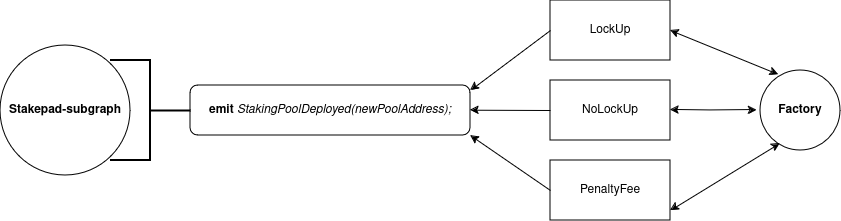
The draw.io diagram docs/imgs/arch_factory.png in soramitsu/stakepad-subgraphs, before a commit. Source tidied: cells renumbered, new cells last; positions are measured from the earlier drawing's top-left corner, leaving out a move shared by most shapes. The source it was exported from:
```xml
<mxGraphModel>
  <root>
    <mxCell id="0" />
    <mxCell id="1" parent="0" />
    <mxCell id="2" value="&lt;b&gt;Factory&lt;/b&gt;" style="ellipse;whiteSpace=wrap;html=1;" parent="1" vertex="1">
      <mxGeometry x="760" y="70" width="80" height="80" as="geometry" />
    </mxCell>
    <mxCell id="3" value="LockUp" style="rounded=0;whiteSpace=wrap;html=1;" parent="1" vertex="1">
      <mxGeometry x="550" width="120" height="60" as="geometry" />
    </mxCell>
    <mxCell id="4" value="PenaltyFee" style="rounded=0;whiteSpace=wrap;html=1;" parent="1" vertex="1">
      <mxGeometry x="550" y="160" width="120" height="60" as="geometry" />
    </mxCell>
    <mxCell id="5" value="NoLockUp" style="rounded=0;whiteSpace=wrap;html=1;" parent="1" vertex="1">
      <mxGeometry x="550" y="80" width="120" height="60" as="geometry" />
    </mxCell>
    <mxCell id="6" style="endArrow=classic;startArrow=classic;html=1;rounded=0;exitX=0.225;exitY=0.05;exitDx=0;exitDy=0;exitPerimeter=0;" parent="1" edge="1" source="2">
      <mxGeometry relative="1" as="geometry">
        <mxPoint x="670" y="30" as="targetPoint" />
      </mxGeometry>
    </mxCell>
    <mxCell id="7" style="endArrow=classic;startArrow=classic;html=1;rounded=0;entryX=-0.045;entryY=0.495;entryDx=0;entryDy=0;entryPerimeter=0;" parent="1" edge="1" target="2">
      <mxGeometry relative="1" as="geometry">
        <mxPoint x="670" y="109.5" as="sourcePoint" />
        <Array as="points">
          <mxPoint x="710" y="110" />
        </Array>
      </mxGeometry>
    </mxCell>
    <mxCell id="8" style="endArrow=classic;startArrow=classic;html=1;rounded=0;entryX=0.245;entryY=0.91;entryDx=0;entryDy=0;entryPerimeter=0;" parent="1" edge="1" target="2">
      <mxGeometry relative="1" as="geometry">
        <mxPoint x="670" y="210" as="sourcePoint" />
      </mxGeometry>
    </mxCell>
    <mxCell id="9" value="&lt;b&gt;emit&lt;/b&gt; &lt;i&gt;StakingPoolDeployed(newPoolAddress);&lt;/i&gt;" style="rounded=1;whiteSpace=wrap;html=1;" parent="1" vertex="1">
      <mxGeometry x="190" y="85" width="280" height="50" as="geometry" />
    </mxCell>
    <mxCell id="10" style="endArrow=classic;html=1;rounded=0;exitX=0;exitY=0.5;exitDx=0;exitDy=0;" parent="1" edge="1" source="3">
      <mxGeometry relative="1" as="geometry">
        <mxPoint x="470" y="90" as="targetPoint" />
      </mxGeometry>
    </mxCell>
    <mxCell id="11" style="endArrow=classic;html=1;rounded=0;exitX=0;exitY=0.5;exitDx=0;exitDy=0;" parent="1" edge="1" source="5">
      <mxGeometry relative="1" as="geometry">
        <mxPoint x="470" y="109.7" as="targetPoint" />
      </mxGeometry>
    </mxCell>
    <mxCell id="12" style="endArrow=classic;html=1;rounded=0;entryX=1;entryY=1;entryDx=0;entryDy=0;exitX=0;exitY=0.5;exitDx=0;exitDy=0;" parent="1" edge="1" source="4" target="9">
      <mxGeometry relative="1" as="geometry" />
    </mxCell>
    <mxCell id="13" value="&lt;b&gt;Stakepad-subgraph&lt;/b&gt;" style="ellipse;whiteSpace=wrap;html=1;" parent="1" vertex="1">
      <mxGeometry y="45" width="130" height="130" as="geometry" />
    </mxCell>
    <mxCell id="14" style="strokeWidth=2;html=1;shape=mxgraph.flowchart.annotation_2;align=left;labelPosition=right;direction=west;" parent="1" vertex="1">
      <mxGeometry x="110" y="60" width="80" height="100" as="geometry" />
    </mxCell>
  </root>
</mxGraphModel>
```
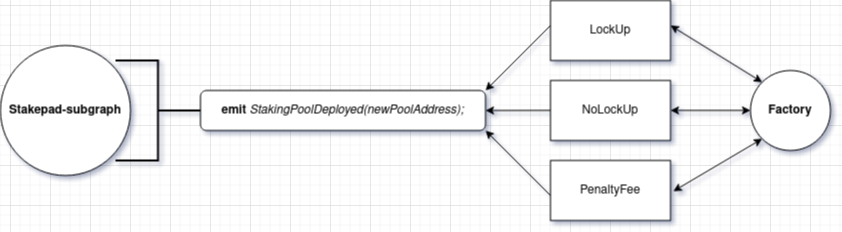
Above is the later version.

Commit message:
[Doc] updated specification file and diagrams

Change to the diagram source:
```diff
@@ -2,9 +2,6 @@
   <root>
     <mxCell id="0" />
     <mxCell id="1" parent="0" />
-    <mxCell id="2" value="&lt;b&gt;Factory&lt;/b&gt;" style="ellipse;whiteSpace=wrap;html=1;" parent="1" vertex="1">
-      <mxGeometry x="760" y="70" width="80" height="80" as="geometry" />
-    </mxCell>
     <mxCell id="3" value="LockUp" style="rounded=0;whiteSpace=wrap;html=1;" parent="1" vertex="1">
       <mxGeometry x="550" width="120" height="60" as="geometry" />
     </mxCell>
@@ -14,45 +11,49 @@
     <mxCell id="5" value="NoLockUp" style="rounded=0;whiteSpace=wrap;html=1;" parent="1" vertex="1">
       <mxGeometry x="550" y="80" width="120" height="60" as="geometry" />
     </mxCell>
-    <mxCell id="6" style="endArrow=classic;startArrow=classic;html=1;rounded=0;exitX=0.225;exitY=0.05;exitDx=0;exitDy=0;exitPerimeter=0;" parent="1" edge="1" source="2">
-      <mxGeometry relative="1" as="geometry">
-        <mxPoint x="670" y="30" as="targetPoint" />
-      </mxGeometry>
-    </mxCell>
-    <mxCell id="7" style="endArrow=classic;startArrow=classic;html=1;rounded=0;entryX=-0.045;entryY=0.495;entryDx=0;entryDy=0;entryPerimeter=0;" parent="1" edge="1" target="2">
-      <mxGeometry relative="1" as="geometry">
-        <mxPoint x="670" y="109.5" as="sourcePoint" />
-        <Array as="points">
-          <mxPoint x="710" y="110" />
-        </Array>
-      </mxGeometry>
-    </mxCell>
-    <mxCell id="8" style="endArrow=classic;startArrow=classic;html=1;rounded=0;entryX=0.245;entryY=0.91;entryDx=0;entryDy=0;entryPerimeter=0;" parent="1" edge="1" target="2">
-      <mxGeometry relative="1" as="geometry">
-        <mxPoint x="670" y="210" as="sourcePoint" />
-      </mxGeometry>
-    </mxCell>
+    <mxCell id="15" style="endArrow=classic;startArrow=classic;html=1;rounded=0;" parent="1" edge="1">
+      <mxGeometry relative="1" as="geometry">
+        <mxPoint x="670" y="109.9" as="sourcePoint" />
+        <mxPoint x="750" y="109.9" as="targetPoint" />
+        <Array as="points">
+          <mxPoint x="690" y="109.9" />
+        </Array>
+      </mxGeometry>
+    </mxCell>
     <mxCell id="9" value="&lt;b&gt;emit&lt;/b&gt; &lt;i&gt;StakingPoolDeployed(newPoolAddress);&lt;/i&gt;" style="rounded=1;whiteSpace=wrap;html=1;" parent="1" vertex="1">
-      <mxGeometry x="190" y="85" width="280" height="50" as="geometry" />
+      <mxGeometry x="200" y="90" width="285" height="40" as="geometry" />
     </mxCell>
-    <mxCell id="10" style="endArrow=classic;html=1;rounded=0;exitX=0;exitY=0.5;exitDx=0;exitDy=0;" parent="1" edge="1" source="3">
-      <mxGeometry relative="1" as="geometry">
-        <mxPoint x="470" y="90" as="targetPoint" />
-      </mxGeometry>
-    </mxCell>
-    <mxCell id="11" style="endArrow=classic;html=1;rounded=0;exitX=0;exitY=0.5;exitDx=0;exitDy=0;" parent="1" edge="1" source="5">
-      <mxGeometry relative="1" as="geometry">
-        <mxPoint x="470" y="109.7" as="targetPoint" />
-      </mxGeometry>
-    </mxCell>
-    <mxCell id="12" style="endArrow=classic;html=1;rounded=0;entryX=1;entryY=1;entryDx=0;entryDy=0;exitX=0;exitY=0.5;exitDx=0;exitDy=0;" parent="1" edge="1" source="4" target="9">
-      <mxGeometry relative="1" as="geometry" />
-    </mxCell>
     <mxCell id="13" value="&lt;b&gt;Stakepad-subgraph&lt;/b&gt;" style="ellipse;whiteSpace=wrap;html=1;" parent="1" vertex="1">
       <mxGeometry y="45" width="130" height="130" as="geometry" />
     </mxCell>
-    <mxCell id="14" style="strokeWidth=2;html=1;shape=mxgraph.flowchart.annotation_2;align=left;labelPosition=right;direction=west;" parent="1" vertex="1">
-      <mxGeometry x="110" y="60" width="80" height="100" as="geometry" />
-    </mxCell>
+    <mxCell id="16" style="strokeWidth=2;html=1;shape=mxgraph.flowchart.annotation_2;align=left;labelPosition=right;direction=west;" parent="1" vertex="1">
+      <mxGeometry x="115" y="60" width="85" height="100" as="geometry" />
+    </mxCell>
+    <mxCell id="2" value="&lt;b&gt;Factory&lt;/b&gt;" style="ellipse;whiteSpace=wrap;html=1;" parent="1" vertex="1">
+      <mxGeometry x="750" y="70" width="80" height="80" as="geometry" />
+    </mxCell>
+    <mxCell id="17" style="endArrow=classic;html=1;rounded=0;entryX=1;entryY=0;entryDx=0;entryDy=0;" parent="1" edge="1" target="9">
+      <mxGeometry relative="1" as="geometry">
+        <mxPoint x="550" y="25" as="sourcePoint" />
+      </mxGeometry>
+    </mxCell>
+    <mxCell id="18" style="endArrow=classic;html=1;rounded=0;entryX=1;entryY=0.5;entryDx=0;entryDy=0;" parent="1" edge="1" target="9">
+      <mxGeometry relative="1" as="geometry">
+        <mxPoint x="550" y="109.9" as="sourcePoint" />
+      </mxGeometry>
+    </mxCell>
+    <mxCell id="19" style="endArrow=classic;html=1;rounded=0;entryX=1;entryY=1;entryDx=0;entryDy=0;" parent="1" edge="1" target="9">
+      <mxGeometry relative="1" as="geometry">
+        <mxPoint x="550" y="195" as="sourcePoint" />
+      </mxGeometry>
+    </mxCell>
+    <mxCell id="20" style="endArrow=classic;startArrow=classic;html=1;rounded=0;exitX=1.023;exitY=0.513;exitDx=0;exitDy=0;exitPerimeter=0;entryX=0;entryY=1;entryDx=0;entryDy=0;" parent="1" edge="1" source="4" target="2">
+      <mxGeometry relative="1" as="geometry" />
+    </mxCell>
+    <mxCell id="21" style="endArrow=classic;startArrow=classic;html=1;rounded=0;exitX=0;exitY=0;exitDx=0;exitDy=0;" parent="1" edge="1" source="2">
+      <mxGeometry relative="1" as="geometry">
+        <mxPoint x="670" y="25" as="targetPoint" />
+      </mxGeometry>
+    </mxCell>
   </root>
 </mxGraphModel>
```
